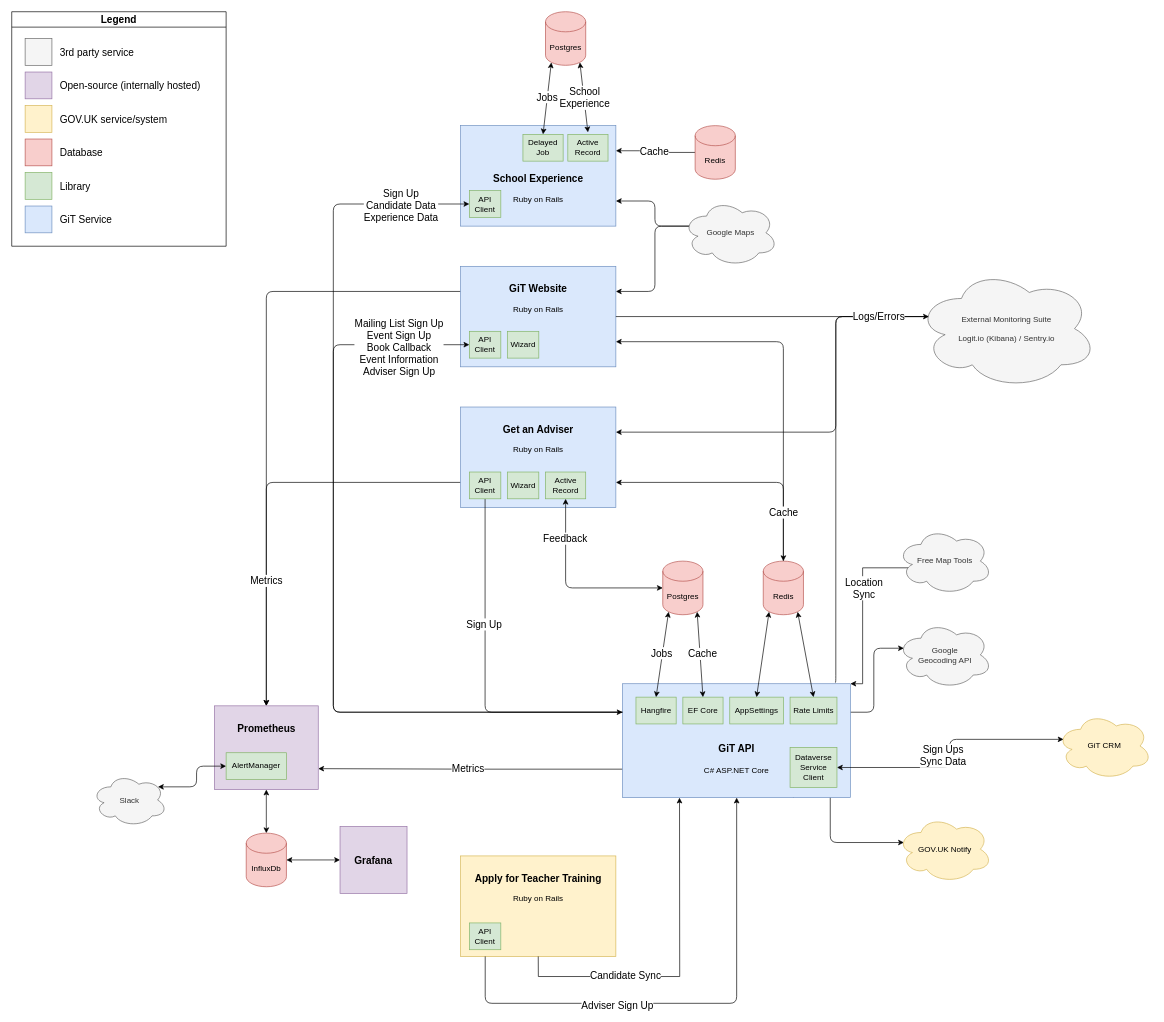
Before: docs/architecture/architecture.drawio in DFE-Digital/get-into-teaching-api, a draw.io diagram. Source tidied: cells renumbered, new cells numbered last; positions are measured from the earlier drawing's top-left corner, leaving out a move shared by most shapes. Both pictures are drawn from the tidied source at 67%, with x=0, y=0 at pixel (11, 11).
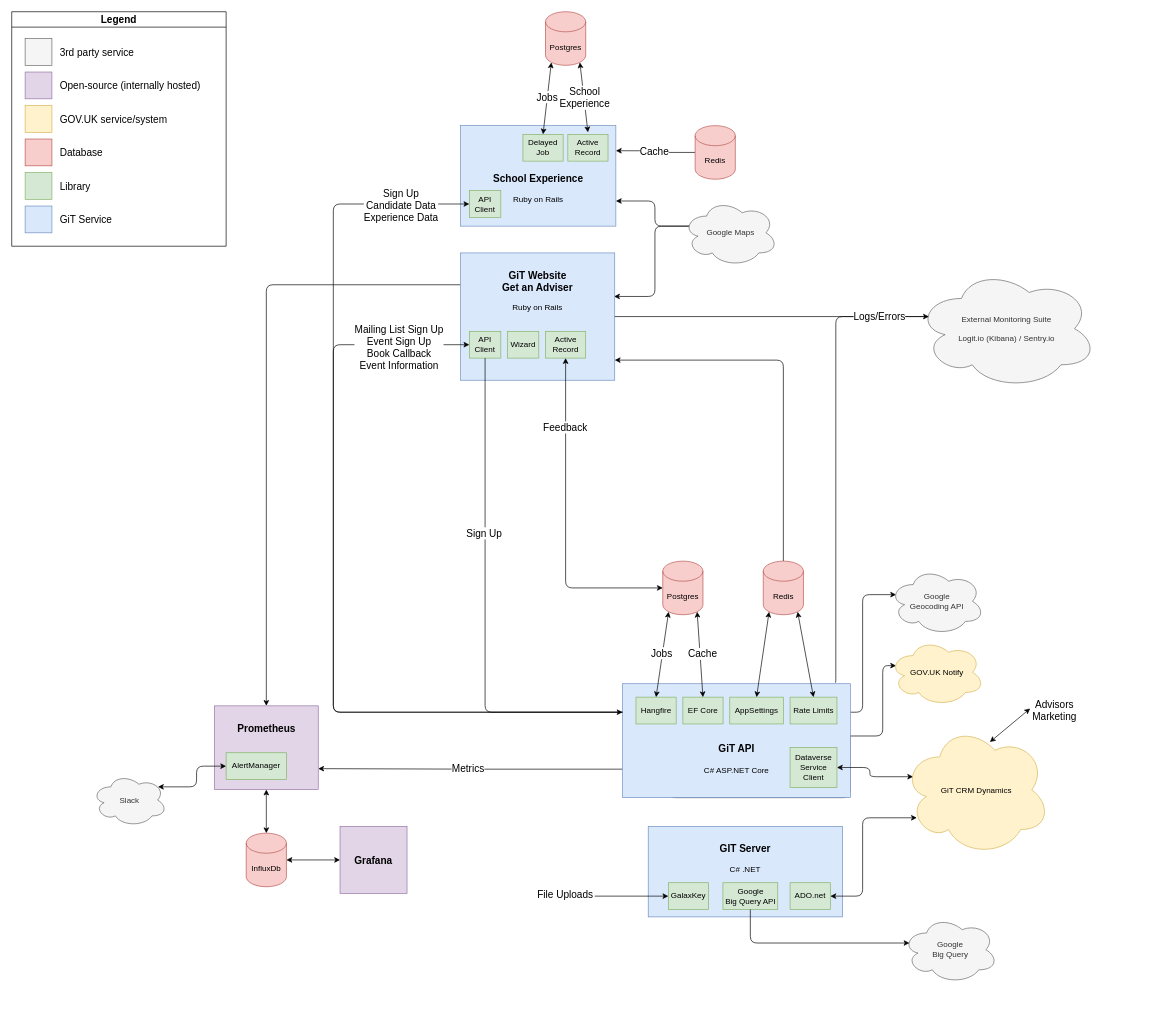
Above is the later version.

Commit message (it also covers changes not shown here):
Update architecture diagram following merge it GiT Website and Get an Adviser funnel

The change refers to these unchanged cells:
```xml
<mxCell id="20" value="&lt;b style=&quot;font-size: 15px&quot;&gt;&lt;br&gt;&lt;br&gt;&lt;br&gt;GiT API&lt;br&gt;&lt;/b&gt;&lt;br&gt;C# ASP.NET Core" style="whiteSpace=wrap;html=1;align=center;fillColor=#dae8fc;strokeColor=#6c8ebf;" parent="1" vertex="1">
  <mxGeometry x="911.7" y="1003" width="340" height="170" as="geometry" />
</mxCell>
<mxCell id="29" value="Redis" style="shape=cylinder3;whiteSpace=wrap;html=1;boundedLbl=1;backgroundOutline=1;size=15;fillColor=#f8cecc;strokeColor=#b85450;" parent="1" vertex="1">
  <mxGeometry x="1121.7" y="820" width="60" height="80" as="geometry" />
</mxCell>
<mxCell id="32" value="&lt;b&gt;&lt;font style=&quot;font-size: 15px&quot;&gt;&lt;br&gt;Prometheus&lt;/font&gt;&lt;/b&gt;" style="whiteSpace=wrap;html=1;verticalAlign=top;fillColor=#e1d5e7;strokeColor=#9673a6;" parent="1" vertex="1">
  <mxGeometry x="302.5" y="1036" width="155" height="125" as="geometry" />
</mxCell>
<mxCell id="35" value="Dataverse&lt;br&gt;Service&lt;br&gt;Client" style="whiteSpace=wrap;html=1;fillColor=#d5e8d4;strokeColor=#82b366;" parent="1" vertex="1">
  <mxGeometry x="1161.7" y="1098" width="70" height="60" as="geometry" />
</mxCell>
<mxCell id="71" style="edgeStyle=orthogonalEdgeStyle;jettySize=auto;html=1;exitX=0;exitY=0.5;exitDx=0;exitDy=0;fontSize=15;startArrow=classic;startFill=1;endArrow=none;endFill=0;entryX=0;entryY=0.25;entryDx=0;entryDy=0;" parent="1" edge="1" source="73" target="20">
  <mxGeometry relative="1" as="geometry">
    <Array as="points">
      <mxPoint x="480" y="497" />
      <mxPoint x="480" y="1046" />
    </Array>
  </mxGeometry>
</mxCell>
<mxCell id="73" value="API&lt;br&gt;Client" style="whiteSpace=wrap;html=1;fillColor=#d5e8d4;strokeColor=#82b366;" parent="1" vertex="1">
  <mxGeometry x="683" y="477" width="47" height="40" as="geometry" />
</mxCell>
<mxCell id="80" value="External Monitoring Suite&lt;br&gt;&lt;br&gt;Logit.io (Kibana) / Sentry.io" style="ellipse;shape=cloud;whiteSpace=wrap;html=1;fillColor=#f5f5f5;fontColor=#333333;strokeColor=#666666;" parent="1" vertex="1">
  <mxGeometry x="1350" y="383" width="270" height="180" as="geometry" />
</mxCell>
<mxCell id="81" value="Google Maps" style="ellipse;shape=cloud;whiteSpace=wrap;html=1;fillColor=#f5f5f5;fontColor=#333333;strokeColor=#666666;" parent="1" vertex="1">
  <mxGeometry x="1001.7" y="280" width="141.7" height="100" as="geometry" />
</mxCell>
```

Change to the diagram source:
```diff
@@
     <mxCell id="15" style="edgeStyle=orthogonalEdgeStyle;jettySize=auto;html=1;exitX=1;exitY=0.25;exitDx=0;exitDy=0;entryX=0.07;entryY=0.4;entryDx=0;entryDy=0;entryPerimeter=0;fontSize=15;startArrow=none;startFill=0;endArrow=classic;endFill=1;" parent="1" edge="1" source="20" target="37">
-      <mxGeometry relative="1" as="geometry" />
+      <mxGeometry relative="1" as="geometry">
+        <Array as="points">
+          <mxPoint x="1270" y="1046" />
+          <mxPoint x="1270" y="870" />
+        </Array>
+      </mxGeometry>
     </mxCell>
-    <mxCell id="16" style="edgeStyle=orthogonalEdgeStyle;jettySize=auto;html=1;exitX=0.75;exitY=1;exitDx=0;exitDy=0;entryX=0.07;entryY=0.4;entryDx=0;entryDy=0;entryPerimeter=0;fontSize=15;startArrow=none;startFill=0;endArrow=classic;endFill=1;" parent="1" edge="1" source="20" target="25">
+    <mxCell id="16" style="edgeStyle=orthogonalEdgeStyle;jettySize=auto;html=1;entryX=0.07;entryY=0.4;entryDx=0;entryDy=0;entryPerimeter=0;fontSize=15;startArrow=none;startFill=0;endArrow=classic;endFill=1;exitX=0.998;exitY=0.459;exitDx=0;exitDy=0;exitPerimeter=0;" parent="1" edge="1" source="20" target="25">
       <mxGeometry relative="1" as="geometry">
         <Array as="points">
-          <mxPoint x="1221.7" y="1140" />
-          <mxPoint x="1221.7" y="1240" />
+          <mxPoint x="1251" y="1173" />
+          <mxPoint x="980" y="1173" />
+          <mxPoint x="980" y="1081" />
+          <mxPoint x="1300" y="1081" />
+          <mxPoint x="1300" y="976" />
         </Array>
       </mxGeometry>
     </mxCell>
@@
-    <mxCell id="21" style="edgeStyle=orthogonalEdgeStyle;jettySize=auto;html=1;exitX=1;exitY=0.75;exitDx=0;exitDy=0;fontSize=15;startArrow=classic;startFill=1;endArrow=none;endFill=0;entryX=0.5;entryY=0;entryDx=0;entryDy=0;entryPerimeter=0;" parent="1" edge="1" source="24" target="29">
+    <mxCell id="21" style="edgeStyle=orthogonalEdgeStyle;jettySize=auto;html=1;fontSize=15;startArrow=classic;startFill=1;endArrow=none;endFill=0;entryX=0.5;entryY=0;entryDx=0;entryDy=0;entryPerimeter=0;exitX=1;exitY=0.842;exitDx=0;exitDy=0;exitPerimeter=0;" parent="1" edge="1" source="24" target="29">
       <mxGeometry relative="1" as="geometry">
         <Array as="points">
-          <mxPoint x="1152" y="493" />
+          <mxPoint x="900" y="520" />
+          <mxPoint x="1152" y="520" />
         </Array>
       </mxGeometry>
     </mxCell>
@@
-    <mxCell id="23" style="edgeStyle=orthogonalEdgeStyle;rounded=1;jettySize=auto;html=1;exitX=1;exitY=0.25;exitDx=0;exitDy=0;entryX=0.07;entryY=0.4;entryDx=0;entryDy=0;entryPerimeter=0;fontSize=15;startArrow=classic;startFill=1;endArrow=none;endFill=0;" parent="1" edge="1" source="24" target="81">
+    <mxCell id="23" style="edgeStyle=orthogonalEdgeStyle;rounded=1;jettySize=auto;html=1;exitX=0.996;exitY=0.342;exitDx=0;exitDy=0;entryX=0.07;entryY=0.4;entryDx=0;entryDy=0;entryPerimeter=0;fontSize=15;startArrow=classic;startFill=1;endArrow=none;endFill=0;exitPerimeter=0;" parent="1" edge="1" source="24" target="81">
       <mxGeometry relative="1" as="geometry">
         <Array as="points">
-          <mxPoint x="960" y="418" />
+          <mxPoint x="960" y="425" />
           <mxPoint x="960" y="320" />
         </Array>
       </mxGeometry>
     </mxCell>
-    <mxCell id="24" value="&lt;b style=&quot;font-size: 15px&quot;&gt;&lt;br&gt;GiT Website&lt;br&gt;&lt;/b&gt;&lt;br&gt;Ruby on Rails" style="whiteSpace=wrap;html=1;fillColor=#dae8fc;strokeColor=#6c8ebf;verticalAlign=top;" parent="1" vertex="1">
-      <mxGeometry x="670" y="380" width="231.7" height="150" as="geometry" />
+    <mxCell id="24" value="&lt;b style=&quot;font-size: 15px&quot;&gt;&lt;br&gt;GiT Website&lt;br&gt;Get an Adviser&lt;br&gt;&lt;/b&gt;&lt;br&gt;Ruby on Rails" style="whiteSpace=wrap;html=1;fillColor=#dae8fc;strokeColor=#6c8ebf;verticalAlign=top;" parent="1" vertex="1">
+      <mxGeometry x="670" y="360" width="230" height="190" as="geometry" />
     </mxCell>
     <mxCell id="25" value="GOV.UK Notify" style="ellipse;shape=cloud;whiteSpace=wrap;html=1;fillColor=#fff2cc;strokeColor=#d6b656;" parent="1" vertex="1">
-      <mxGeometry x="1321.7" y="1200" width="141.7" height="100" as="geometry" />
+      <mxGeometry x="1310" y="936" width="141.7" height="100" as="geometry" />
     </mxCell>
@@
-    <mxCell id="34" value="&lt;font style=&quot;font-size: 15px;&quot;&gt;Sign Ups&lt;br&gt;Sync Data&lt;br&gt;&lt;/font&gt;" style="edgeStyle=orthogonalEdgeStyle;jettySize=auto;html=1;exitX=1;exitY=0.5;exitDx=0;exitDy=0;entryX=0.07;entryY=0.4;entryDx=0;entryDy=0;entryPerimeter=0;startArrow=classic;startFill=1;endArrow=classic;endFill=1;" parent="1" edge="1" source="35" target="36">
-      <mxGeometry x="-0.02" y="10" relative="1" as="geometry">
-        <Array as="points">
-          <mxPoint x="1400" y="1128" />
-          <mxPoint x="1400" y="1086" />
-        </Array>
-      </mxGeometry>
+    <mxCell id="34" style="edgeStyle=orthogonalEdgeStyle;jettySize=auto;html=1;exitX=1;exitY=0.5;exitDx=0;exitDy=0;entryX=0.07;entryY=0.4;entryDx=0;entryDy=0;entryPerimeter=0;startArrow=classic;startFill=1;endArrow=classic;endFill=1;" parent="1" edge="1" source="35" target="36">
+      <mxGeometry relative="1" as="geometry" />
     </mxCell>
@@
-    <mxCell id="36" value="GiT CRM" style="ellipse;shape=cloud;whiteSpace=wrap;html=1;fillColor=#fff2cc;strokeColor=#d6b656;" parent="1" vertex="1">
-      <mxGeometry x="1560" y="1046" width="141.7" height="100" as="geometry" />
+    <mxCell id="36" value="GiT CRM Dynamics" style="ellipse;shape=cloud;whiteSpace=wrap;html=1;fillColor=#fff2cc;strokeColor=#d6b656;" parent="1" vertex="1">
+      <mxGeometry x="1330" y="1063" width="220" height="197" as="geometry" />
     </mxCell>
     <mxCell id="37" value="Google &lt;br&gt;Geocoding API" style="ellipse;shape=cloud;whiteSpace=wrap;html=1;fillColor=#f5f5f5;fontColor=#333333;strokeColor=#666666;" parent="1" vertex="1">
-      <mxGeometry x="1321.7" y="910" width="141.7" height="100" as="geometry" />
+      <mxGeometry x="1310" y="830" width="141.7" height="100" as="geometry" />
     </mxCell>
@@
-    <mxCell id="44" style="edgeStyle=orthogonalEdgeStyle;jettySize=auto;html=1;exitX=1;exitY=0.75;exitDx=0;exitDy=0;entryX=0.5;entryY=0;entryDx=0;entryDy=0;entryPerimeter=0;fontSize=15;startArrow=classic;startFill=1;endArrow=classic;endFill=1;" parent="1" edge="1" source="49" target="29">
-      <mxGeometry relative="1" as="geometry" />
-    </mxCell>
-    <mxCell id="45" value="Cache" style="edgeLabel;html=1;align=center;verticalAlign=middle;fontSize=15;" parent="44" vertex="1">
-      <mxGeometry x="0.6" relative="1" as="geometry" />
-    </mxCell>
-    <mxCell id="46" style="edgeStyle=orthogonalEdgeStyle;jettySize=auto;html=1;exitX=0;exitY=0.75;exitDx=0;exitDy=0;entryX=0.5;entryY=0;entryDx=0;entryDy=0;fontSize=15;startArrow=none;startFill=0;endArrow=classic;endFill=1;" parent="1" edge="1" source="49" target="32">
-      <mxGeometry relative="1" as="geometry" />
-    </mxCell>
-    <mxCell id="47" value="Metrics" style="edgeLabel;html=1;align=center;verticalAlign=middle;fontSize=15;" parent="46" vertex="1">
-      <mxGeometry x="0.4" y="-1" relative="1" as="geometry" />
-    </mxCell>
-    <mxCell id="48" style="edgeStyle=orthogonalEdgeStyle;rounded=1;jettySize=auto;html=1;exitX=1;exitY=0.25;exitDx=0;exitDy=0;fontSize=15;startArrow=classic;startFill=1;endArrow=none;endFill=0;entryX=0.07;entryY=0.4;entryDx=0;entryDy=0;entryPerimeter=0;" parent="1" edge="1" source="49" target="80">
-      <mxGeometry relative="1" as="geometry">
-        <Array as="points">
-          <mxPoint x="1230" y="628" />
-          <mxPoint x="1230" y="455" />
-        </Array>
-      </mxGeometry>
-    </mxCell>
-    <mxCell id="49" value="&lt;span style=&quot;font-size: 15px&quot;&gt;&lt;b&gt;&lt;br&gt;Get an Adviser&lt;br&gt;&lt;/b&gt;&lt;/span&gt;&lt;br&gt;Ruby on Rails" style="whiteSpace=wrap;html=1;verticalAlign=top;fillColor=#dae8fc;strokeColor=#6c8ebf;" parent="1" vertex="1">
-      <mxGeometry x="670" y="590" width="231.7" height="150" as="geometry" />
-    </mxCell>
@@
     <mxCell id="68" value="Active&lt;br&gt;Record" style="whiteSpace=wrap;html=1;fillColor=#d5e8d4;strokeColor=#82b366;" parent="1" vertex="1">
-      <mxGeometry x="796.7" y="687" width="60" height="40" as="geometry" />
+      <mxGeometry x="796.7" y="477" width="60" height="40" as="geometry" />
     </mxCell>
@@
-    <mxCell id="72" value="Mailing List Sign Up&lt;br&gt;Event Sign Up&lt;br&gt;Book Callback&lt;br&gt;Event Information&lt;br&gt;Adviser Sign Up" style="edgeLabel;html=1;align=center;verticalAlign=middle;fontSize=15;" parent="71" vertex="1">
+    <mxCell id="72" value="Mailing List Sign Up&lt;br&gt;Event Sign Up&lt;br&gt;Book Callback&lt;br&gt;Event Information" style="edgeLabel;html=1;align=center;verticalAlign=middle;fontSize=15;" parent="71" vertex="1">
       <mxGeometry x="-0.24" y="-1" relative="1" as="geometry">
         <mxPoint x="98" y="-244" as="offset" />
       </mxGeometry>
     </mxCell>
@@
-    <mxCell id="77" style="edgeStyle=orthogonalEdgeStyle;jettySize=auto;html=1;exitX=0.5;exitY=1;exitDx=0;exitDy=0;entryX=0;entryY=0.25;entryDx=0;entryDy=0;fontSize=15;startArrow=none;startFill=0;endArrow=classic;endFill=1;" parent="1" edge="1" source="79" target="20">
-      <mxGeometry relative="1" as="geometry">
-        <Array as="points">
-          <mxPoint x="707" y="1046" />
-        </Array>
-      </mxGeometry>
+    <mxCell id="77" style="edgeStyle=orthogonalEdgeStyle;jettySize=auto;html=1;exitX=0.5;exitY=1;exitDx=0;exitDy=0;entryX=0;entryY=0.25;entryDx=0;entryDy=0;fontSize=15;startArrow=none;startFill=0;endArrow=classic;endFill=1;" parent="1" edge="1" source="73" target="20">
+      <mxGeometry relative="1" as="geometry" />
     </mxCell>
@@
-    <mxCell id="79" value="API&lt;br&gt;Client" style="whiteSpace=wrap;html=1;fillColor=#d5e8d4;strokeColor=#82b366;" parent="1" vertex="1">
-      <mxGeometry x="683" y="687" width="47" height="40" as="geometry" />
-    </mxCell>
@@
-    <mxCell id="82" value="Wizard" style="whiteSpace=wrap;html=1;fillColor=#d5e8d4;strokeColor=#82b366;" parent="1" vertex="1">
-      <mxGeometry x="739.7" y="687" width="47" height="40" as="geometry" />
-    </mxCell>
@@
-    <mxCell id="86" value="&lt;b style=&quot;font-size: 15px&quot;&gt;&lt;br&gt;Apply for Teacher Training&lt;br&gt;&lt;/b&gt;&lt;br&gt;Ruby on Rails" style="whiteSpace=wrap;html=1;fillColor=#fff2cc;strokeColor=#d6b656;verticalAlign=top;" parent="1" vertex="1">
-      <mxGeometry x="670" y="1260" width="231.7" height="150" as="geometry" />
-    </mxCell>
-    <mxCell id="87" value="API&lt;br&gt;Client" style="whiteSpace=wrap;html=1;fillColor=#d5e8d4;strokeColor=#82b366;" parent="1" vertex="1">
-      <mxGeometry x="683" y="1360" width="47" height="40" as="geometry" />
-    </mxCell>
-    <mxCell id="88" style="edgeStyle=orthogonalEdgeStyle;jettySize=auto;html=1;exitX=0.5;exitY=1;exitDx=0;exitDy=0;fontSize=15;startArrow=none;startFill=0;endArrow=classic;endFill=1;" parent="1" edge="1" target="20">
-      <mxGeometry relative="1" as="geometry">
-        <mxPoint x="706.7" y="1410" as="sourcePoint" />
-        <Array as="points">
-          <mxPoint x="707" y="1480" />
-          <mxPoint x="1082" y="1480" />
-        </Array>
-      </mxGeometry>
-    </mxCell>
-    <mxCell id="89" value="Adviser Sign Up" style="edgeLabel;html=1;align=center;verticalAlign=middle;fontSize=15;" parent="88" vertex="1">
-      <mxGeometry x="-0.29" y="-2" relative="1" as="geometry" />
-    </mxCell>
-    <mxCell id="90" style="endArrow=classic;html=1;rounded=0;exitX=0.5;exitY=1;exitDx=0;exitDy=0;entryX=0.25;entryY=1;entryDx=0;entryDy=0;" parent="1" edge="1" source="86" target="20">
-      <mxGeometry relative="1" as="geometry">
-        <Array as="points">
-          <mxPoint x="786" y="1440" />
-          <mxPoint x="997" y="1440" />
-        </Array>
-      </mxGeometry>
-    </mxCell>
-    <mxCell id="91" value="&lt;font style=&quot;font-size: 15px;&quot;&gt;Candidate Sync&lt;/font&gt;" style="edgeLabel;html=1;align=center;verticalAlign=middle;" parent="90" vertex="1">
-      <mxGeometry x="-0.37" y="3" relative="1" as="geometry" />
-    </mxCell>
-    <mxCell id="92" style="edgeStyle=orthogonalEdgeStyle;rounded=0;jettySize=auto;html=1;exitX=0.8;exitY=0.8;exitDx=0;exitDy=0;exitPerimeter=0;entryX=1;entryY=0;entryDx=0;entryDy=0;endArrow=classic;endFill=1;" parent="1" edge="1" source="94" target="20">
-      <mxGeometry relative="1" as="geometry">
-        <Array as="points">
-          <mxPoint x="1435" y="830" />
-          <mxPoint x="1270" y="830" />
-          <mxPoint x="1270" y="1003" />
-        </Array>
-      </mxGeometry>
-    </mxCell>
-    <mxCell id="93" value="&lt;font style=&quot;font-size: 15px;&quot;&gt;Location&lt;br&gt;Sync&lt;/font&gt;" style="edgeLabel;html=1;align=center;verticalAlign=middle;" parent="92" vertex="1">
-      <mxGeometry x="0.14" y="1" relative="1" as="geometry" />
-    </mxCell>
-    <mxCell id="94" value="Free Map Tools" style="ellipse;shape=cloud;whiteSpace=wrap;html=1;fillColor=#f5f5f5;fontColor=#333333;strokeColor=#666666;" parent="1" vertex="1">
-      <mxGeometry x="1321.7" y="770" width="141.7" height="100" as="geometry" />
-    </mxCell>
+    <mxCell id="95" value="Google&lt;br&gt;Big Query" style="ellipse;shape=cloud;whiteSpace=wrap;html=1;fillColor=#f5f5f5;fontColor=#333333;strokeColor=#666666;" parent="1" vertex="1">
+      <mxGeometry x="1330" y="1350" width="141.7" height="100" as="geometry" />
+    </mxCell>
+    <mxCell id="96" value="&lt;span style=&quot;font-size: 15px&quot;&gt;&lt;b&gt;&lt;br&gt;GIT Server&lt;br&gt;&lt;/b&gt;&lt;/span&gt;&lt;br&gt;C# .NET" style="whiteSpace=wrap;html=1;verticalAlign=top;fillColor=#dae8fc;strokeColor=#6c8ebf;" parent="1" vertex="1">
+      <mxGeometry x="950" y="1216" width="290" height="135" as="geometry" />
+    </mxCell>
+    <mxCell id="97" value="GalaxKey" style="whiteSpace=wrap;html=1;fillColor=#d5e8d4;strokeColor=#82b366;" parent="1" vertex="1">
+      <mxGeometry x="980" y="1300" width="60.2" height="40" as="geometry" />
+    </mxCell>
+    <mxCell id="98" value="ADO.net" style="whiteSpace=wrap;html=1;fillColor=#d5e8d4;strokeColor=#82b366;" parent="1" vertex="1">
+      <mxGeometry x="1161.7" y="1300" width="60.2" height="40" as="geometry" />
+    </mxCell>
+    <mxCell id="99" style="edgeStyle=orthogonalEdgeStyle;jettySize=auto;html=1;startArrow=classic;startFill=1;endArrow=classic;endFill=1;entryX=0.095;entryY=0.711;entryDx=0;entryDy=0;entryPerimeter=0;exitX=1;exitY=0.5;exitDx=0;exitDy=0;" parent="1" edge="1" source="98" target="36">
+      <mxGeometry relative="1" as="geometry">
+        <Array as="points">
+          <mxPoint x="1270" y="1320" />
+          <mxPoint x="1270" y="1203" />
+        </Array>
+      </mxGeometry>
+    </mxCell>
+    <mxCell id="100" value="Advisors&lt;br&gt;Marketing" style="edgeLabel;html=1;align=center;verticalAlign=middle;fontSize=15;" parent="1" vertex="1">
+      <mxGeometry x="1610" y="1030" as="geometry">
+        <mxPoint x="-55" y="11" as="offset" />
+      </mxGeometry>
+    </mxCell>
+    <mxCell id="101" style="endArrow=classic;startArrow=classic;html=1;rounded=0;" parent="1" edge="1">
+      <mxGeometry relative="1" as="geometry">
+        <mxPoint x="1460" y="1090" as="sourcePoint" />
+        <mxPoint x="1520" y="1040" as="targetPoint" />
+      </mxGeometry>
+    </mxCell>
+    <mxCell id="102" value="Google&lt;br&gt;Big Query API" style="whiteSpace=wrap;html=1;fillColor=#d5e8d4;strokeColor=#82b366;" parent="1" vertex="1">
+      <mxGeometry x="1061.5" y="1300" width="81.8" height="40" as="geometry" />
+    </mxCell>
+    <mxCell id="103" style="edgeStyle=orthogonalEdgeStyle;jettySize=auto;html=1;entryX=0.07;entryY=0.4;entryDx=0;entryDy=0;entryPerimeter=0;startArrow=none;startFill=0;endArrow=classic;endFill=1;exitX=0.5;exitY=1;exitDx=0;exitDy=0;" parent="1" edge="1" source="102" target="95">
+      <mxGeometry relative="1" as="geometry">
+        <Array as="points">
+          <mxPoint x="1102" y="1390" />
+        </Array>
+      </mxGeometry>
+    </mxCell>
+    <mxCell id="104" value="File Uploads" style="edgeLabel;html=1;align=center;verticalAlign=middle;fontSize=15;" parent="1" vertex="1">
+      <mxGeometry x="880" y="1306" as="geometry">
+        <mxPoint x="-55" y="11" as="offset" />
+      </mxGeometry>
+    </mxCell>
+    <mxCell id="105" style="endArrow=classic;html=1;rounded=0;" parent="1" edge="1" target="97">
+      <mxGeometry relative="1" as="geometry">
+        <mxPoint x="870" y="1320" as="sourcePoint" />
+      </mxGeometry>
+    </mxCell>
```
